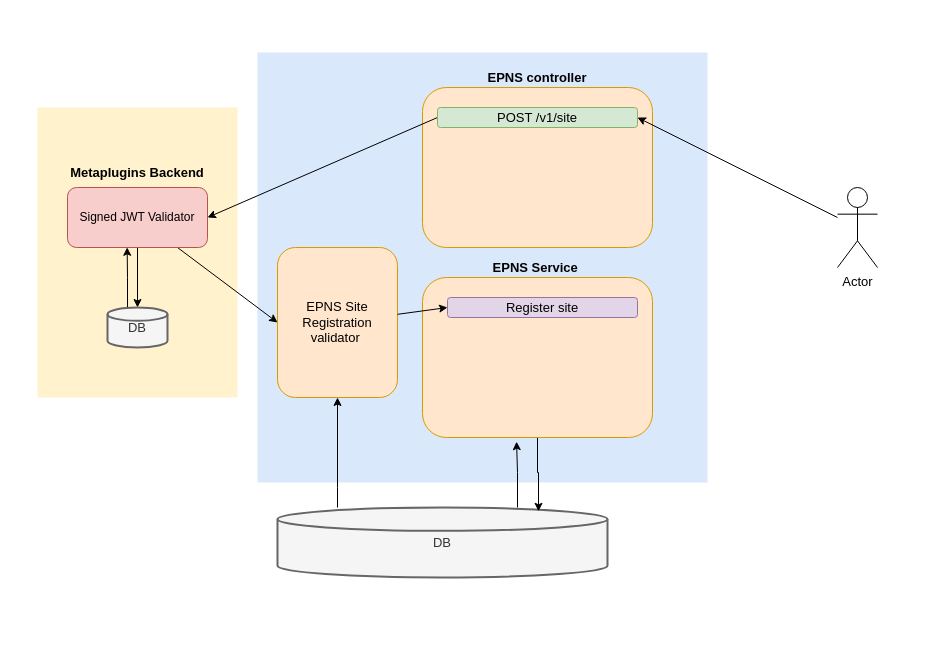
The draw.io diagram Category.drawio in rocktr0724/EPNS-Docs, before the edit. Source tidied: cells renumbered, new cells numbered last; positions are measured from the earlier drawing's top-left corner, leaving out a move shared by most shapes. Both pictures are drawn from the tidied source at 100%, with x=0, y=0 at pixel (37, 52).
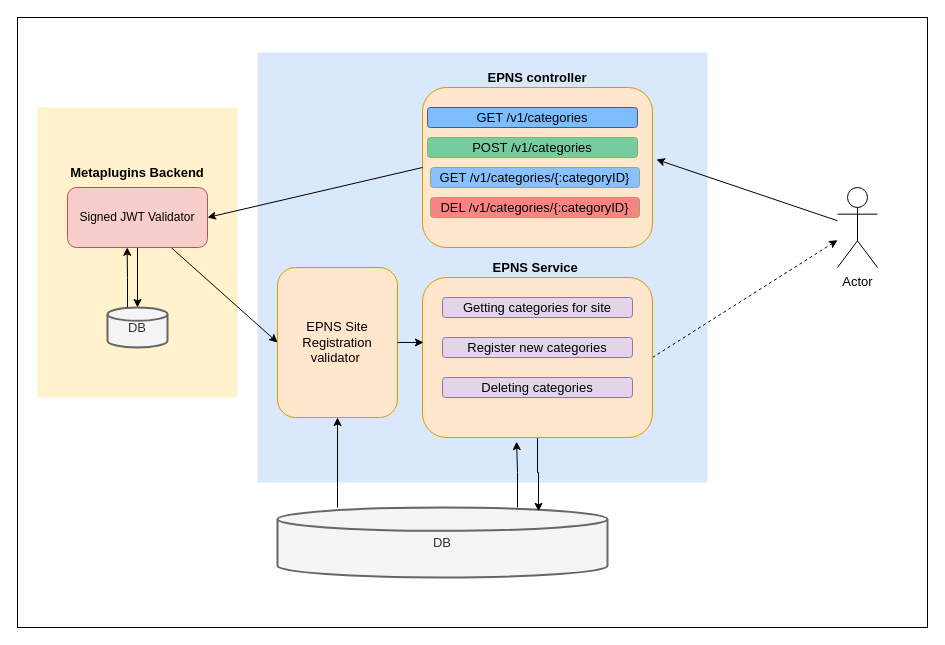
The same page after the edit.

Unchanged cells that the change refers to:
```xml
<mxCell id="4" style="rounded=1;whiteSpace=wrap;html=1;fontSize=13;fillColor=#ffe6cc;strokeColor=#d79b00;" parent="1" vertex="1">
  <mxGeometry x="385" y="35" width="230" height="160" as="geometry" />
</mxCell>
<mxCell id="7" value="Signed JWT Validator" style="rounded=1;whiteSpace=wrap;html=1;fillColor=#f8cecc;strokeColor=#b85450;" parent="1" vertex="1">
  <mxGeometry x="30" y="135" width="140" height="60" as="geometry" />
</mxCell>
<mxCell id="19" style="rounded=1;whiteSpace=wrap;html=1;fontSize=13;fillColor=#ffe6cc;strokeColor=#d79b00;" parent="1" vertex="1">
  <mxGeometry x="385" y="225" width="230" height="160" as="geometry" />
</mxCell>
<mxCell id="23" value="Actor" style="shape=umlActor;verticalLabelPosition=bottom;verticalAlign=top;html=1;outlineConnect=0;fontSize=13;" parent="1" vertex="1">
  <mxGeometry x="800" y="135" width="40" height="80" as="geometry" />
</mxCell>
```

The edit, as a diff of the source:
```diff
@@
+    <mxCell id="25" style="rounded=0;whiteSpace=wrap;html=1;" parent="1" vertex="1">
+      <mxGeometry x="-20" y="-35" width="910" height="610" as="geometry" />
+    </mxCell>
@@
-    <mxCell id="11" style="edgeStyle=none;rounded=0;jettySize=auto;html=1;entryX=1;entryY=0.5;entryDx=0;entryDy=0;fontSize=13;exitX=0;exitY=0.5;exitDx=0;exitDy=0;" parent="1" edge="1" source="12" target="7">
+    <mxCell id="11" style="edgeStyle=none;rounded=0;jettySize=auto;html=1;entryX=1;entryY=0.5;entryDx=0;entryDy=0;fontSize=13;exitX=0;exitY=0.5;exitDx=0;exitDy=0;" parent="1" edge="1" source="4" target="7">
       <mxGeometry relative="1" as="geometry" />
     </mxCell>
-    <mxCell id="12" value="POST /v1/site" style="rounded=1;whiteSpace=wrap;html=1;fontSize=13;fillColor=#d5e8d4;strokeColor=#82b366;" parent="1" vertex="1">
-      <mxGeometry x="400" y="55" width="200" height="20" as="geometry" />
+    <mxCell id="12" value="GET /v1/categories" style="rounded=1;whiteSpace=wrap;html=1;fontSize=13;fillColor=#7CBDFE;strokeColor=#56517e;" parent="1" vertex="1">
+      <mxGeometry x="390" y="55" width="210" height="20" as="geometry" />
     </mxCell>
@@
     <mxCell id="14" value="EPNS Site Registration validator&amp;nbsp;" style="rounded=1;whiteSpace=wrap;html=1;fontSize=13;fillColor=#ffe6cc;strokeColor=#d79b00;" parent="1" vertex="1">
-      <mxGeometry x="240" y="195" width="120" height="150" as="geometry" />
+      <mxGeometry x="240" y="215" width="120" height="150" as="geometry" />
     </mxCell>
@@
+    <mxCell id="26" style="rounded=0;jettySize=auto;html=1;dashed=1;exitX=1;exitY=0.5;exitDx=0;exitDy=0;" parent="1" edge="1" source="19" target="23">
+      <mxGeometry relative="1" as="geometry" />
+    </mxCell>
@@
-    <mxCell id="20" value="Register site" style="rounded=1;whiteSpace=wrap;html=1;fontSize=13;fillColor=#e1d5e7;strokeColor=#9673a6;" parent="1" vertex="1">
-      <mxGeometry x="410" y="245" width="190" height="20" as="geometry" />
+    <mxCell id="20" value="Getting categories for site" style="rounded=1;whiteSpace=wrap;html=1;fontSize=13;fillColor=#e1d5e7;strokeColor=#9673a6;" parent="1" vertex="1">
+      <mxGeometry x="405" y="245" width="190" height="20" as="geometry" />
     </mxCell>
@@
-    <mxCell id="22" style="edgeStyle=none;rounded=0;jettySize=auto;html=1;entryX=1;entryY=0.5;entryDx=0;entryDy=0;fontSize=13;" parent="1" edge="1" source="23" target="12">
+    <mxCell id="22" style="edgeStyle=none;rounded=0;jettySize=auto;html=1;entryX=1.017;entryY=0.45;entryDx=0;entryDy=0;fontSize=13;entryPerimeter=0;" parent="1" edge="1" source="23" target="4">
       <mxGeometry relative="1" as="geometry" />
     </mxCell>
@@
-    <mxCell id="24" style="edgeStyle=none;rounded=0;jettySize=auto;html=1;entryX=0;entryY=0.5;entryDx=0;entryDy=0;fontSize=13;" parent="1" edge="1" source="14" target="20">
+    <mxCell id="24" style="edgeStyle=none;rounded=0;jettySize=auto;html=1;entryX=0.004;entryY=0.406;entryDx=0;entryDy=0;fontSize=13;entryPerimeter=0;" parent="1" edge="1" source="14" target="19">
       <mxGeometry relative="1" as="geometry" />
     </mxCell>
+    <mxCell id="27" value="POST /v1/categories" style="rounded=1;whiteSpace=wrap;html=1;fontSize=13;fillColor=#76CC9E;strokeColor=#82b366;" parent="1" vertex="1">
+      <mxGeometry x="390" y="85" width="210" height="20" as="geometry" />
+    </mxCell>
+    <mxCell id="28" value="GET /v1/categories/{:categoryID}" style="rounded=1;whiteSpace=wrap;html=1;fontSize=13;fillColor=#89C0FE;strokeColor=#82b366;" parent="1" vertex="1">
+      <mxGeometry x="393" y="115" width="209" height="20" as="geometry" />
+    </mxCell>
+    <mxCell id="29" value="DEL /v1/categories/{:categoryID}" style="rounded=1;whiteSpace=wrap;html=1;fontSize=13;fillColor=#F98484;strokeColor=#82b366;" parent="1" vertex="1">
+      <mxGeometry x="393" y="145" width="209" height="20" as="geometry" />
+    </mxCell>
+    <mxCell id="30" value="Register new categories" style="rounded=1;whiteSpace=wrap;html=1;fontSize=13;fillColor=#e1d5e7;strokeColor=#9673a6;" parent="1" vertex="1">
+      <mxGeometry x="405" y="285" width="190" height="20" as="geometry" />
+    </mxCell>
+    <mxCell id="31" value="Deleting categories" style="rounded=1;whiteSpace=wrap;html=1;fontSize=13;fillColor=#e1d5e7;strokeColor=#9673a6;" parent="1" vertex="1">
+      <mxGeometry x="405" y="325" width="190" height="20" as="geometry" />
+    </mxCell>
```
